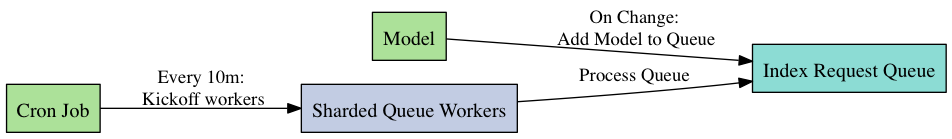
Above: assets/images/elasticsearch_model_pipeline.png in andrewvc/avc-blog (Graphviz), before the change. Its source is kept beside it as _misc/elasticsearch_model_pipeline.dot.
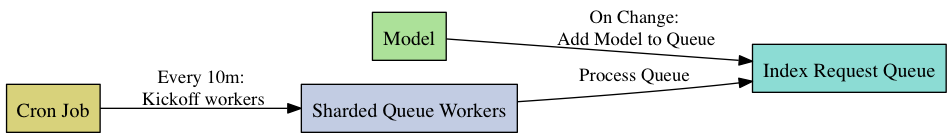
The same file after the commit.

Commit message:
Fixed colors on model pipeline

Change to the diagram source:
```diff
@@ -7,6 +7,11 @@
     node [fillcolor="#ACE199" style=filled]
 
     Model
+  }
+
+  {
+    node [fillcolor="#D8D27B" style=filled]
+
     "Cron Job"
   }
 
```
